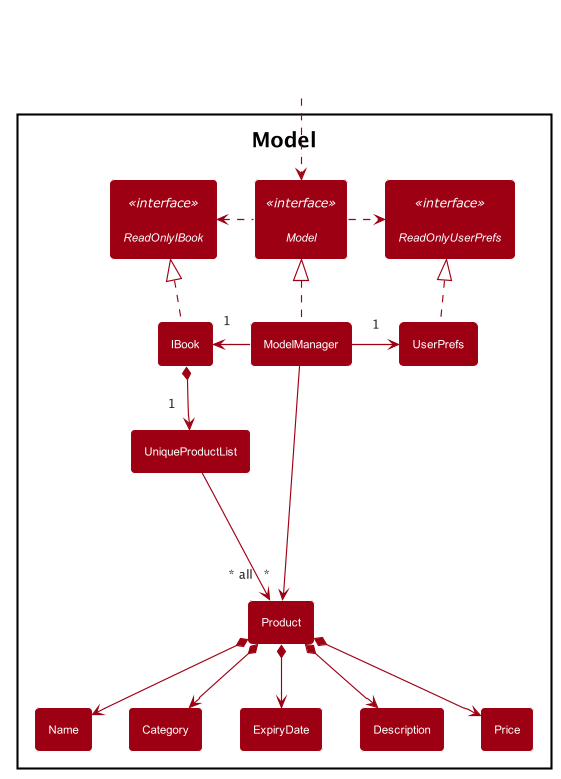
nus-cs2103-AY2122S2/tp keeps this PlantUML diagram as docs/images/ModelClassDiagram.png. Above is the earlier version.
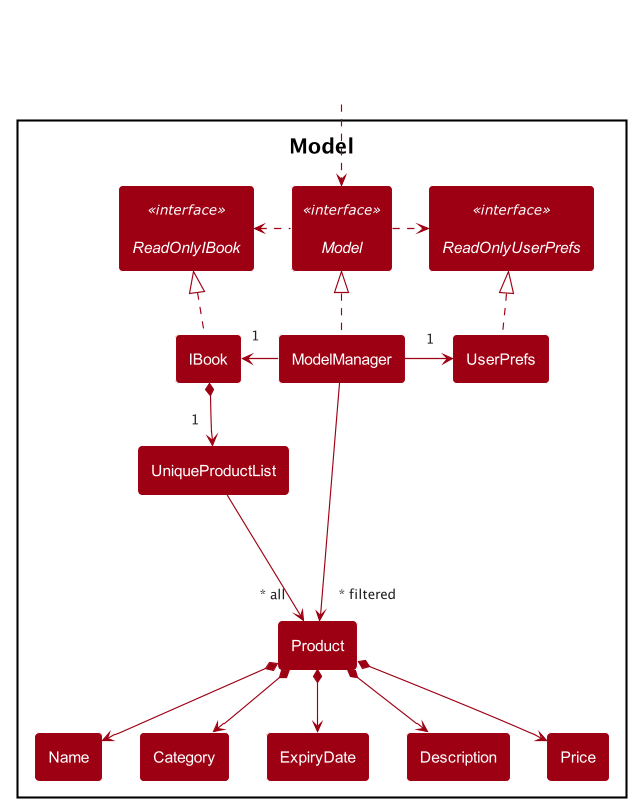
The same diagram one commit later.

What changed in the source:
```diff
@@ -3,11 +3,14 @@
 
 skinparam titleFontColor black
 skinparam Class {
+    FontSize 15
+    StereotypeFontSize 13
     BackgroundColor MODEL_COLOR
     BackgroundColor<<Hidden>> #FFFFFF
 }
 
 skinparam arrowColor MODEL_COLOR
+skinparam arrowFontSize 13
 
 Package Model {
 interface ReadOnlyIBook <<interface>>
@@ -49,5 +52,5 @@
 Product *--> Description
 Product *--> Price
 
-ModelManager -->"~*" Product
+ModelManager -->"~* filtered" Product
 @enduml
```
